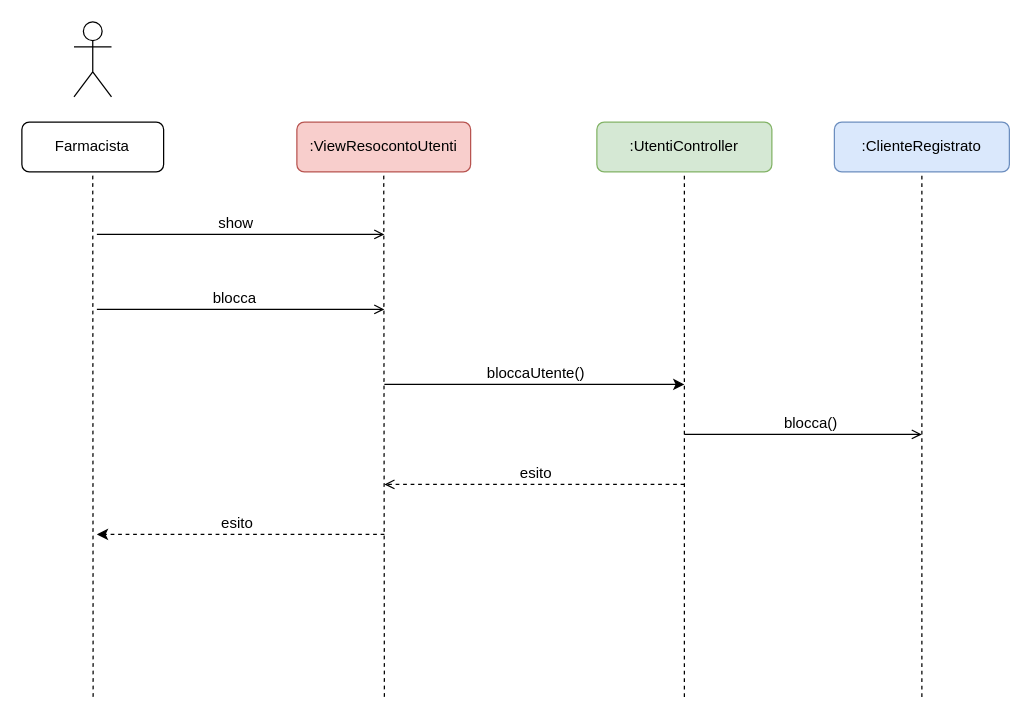
This is page "SospensioneUtenza" (6 of 6) of drawio/Architettura Logica/Interazione.drawio from lnwor/farmabyte-doc, a draw.io file, before an edit. Source tidied: cells renumbered, new cells numbered last; positions are measured from the earlier drawing's top-left corner, leaving out a move shared by most shapes. Both pictures are drawn from the tidied source at 125%, with x=0, y=0 at pixel (21, 21).
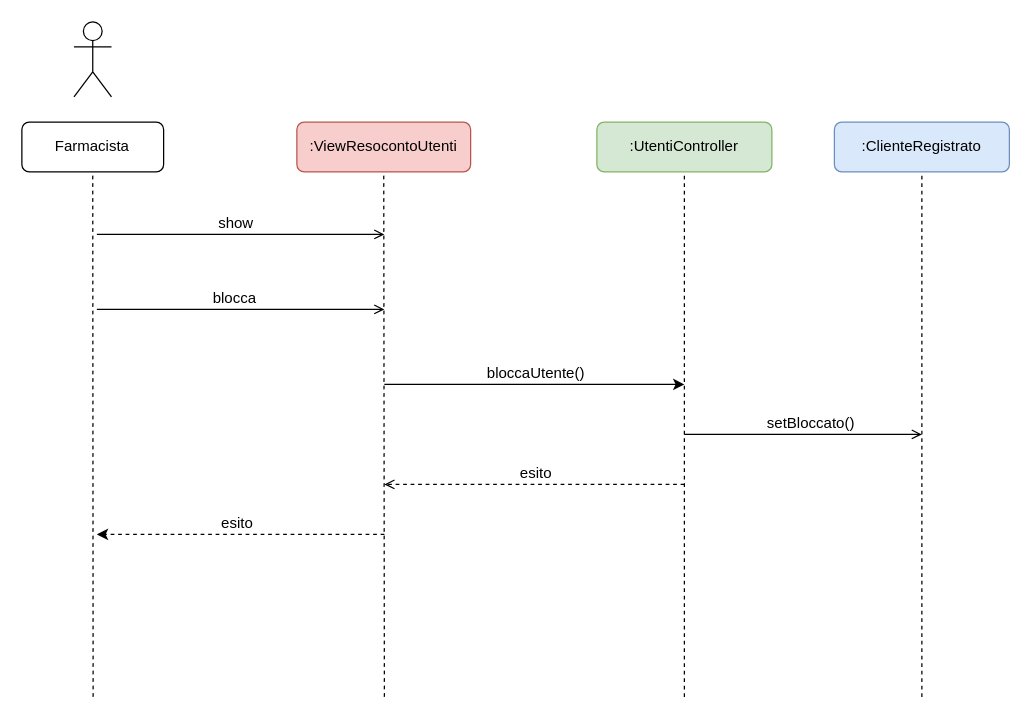
The same page after the edit.

The change refers to these unchanged cells:
```xml
<mxCell id="17" style="endArrow=open;html=1;fontSize=12;endFill=0;" parent="1" edge="1">
  <mxGeometry relative="1" as="geometry">
    <mxPoint x="530" y="330" as="sourcePoint" />
    <mxPoint x="720" y="330" as="targetPoint" />
  </mxGeometry>
</mxCell>
```

Diff of the diagram source:
```diff
@@
-    <mxCell id="18" value="blocca()" style="edgeLabel;html=1;align=center;verticalAlign=middle;fontSize=12;" parent="17" vertex="1">
+    <mxCell id="18" value="setBloccato()" style="edgeLabel;html=1;align=center;verticalAlign=middle;fontSize=12;" parent="17" vertex="1">
       <mxGeometry x="0.33" y="1" relative="1" as="geometry">
         <mxPoint x="-26" y="-9" as="offset" />
       </mxGeometry>
     </mxCell>
```
